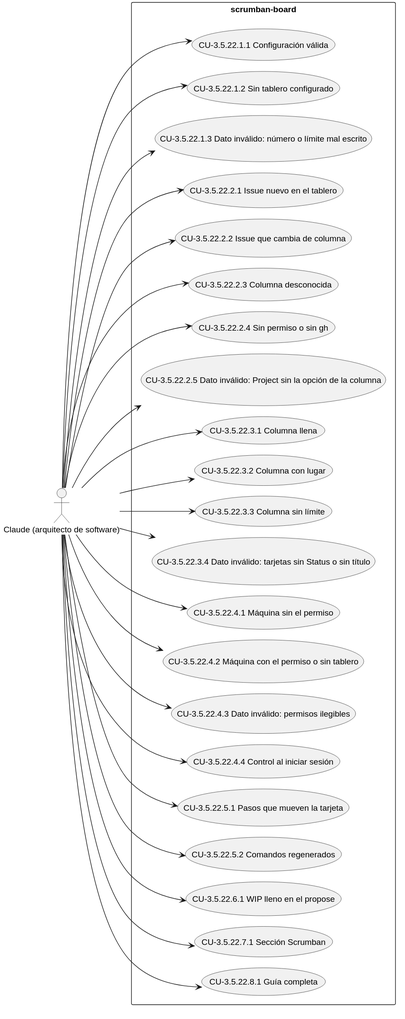
Before: docs/diagramas/CAP-3.5.22.svg, a diagram exported from PlantUML (Lautaro-Montecchiani/sdd-global-config). The source it was exported from:
```plantuml
@startuml
!pragma layout smetana
left to right direction
actor "Claude (arquitecto de software)" as A1
rectangle "scrumban-board" {
  usecase "CU-3.5.22.1.1 Configuración válida" as UC_3_5_22_1_1
  usecase "CU-3.5.22.1.2 Sin tablero configurado" as UC_3_5_22_1_2
  usecase "CU-3.5.22.1.3 Dato inválido: número o límite mal escrito" as UC_3_5_22_1_3
  usecase "CU-3.5.22.2.1 Issue nuevo en el tablero" as UC_3_5_22_2_1
  usecase "CU-3.5.22.2.2 Issue que cambia de columna" as UC_3_5_22_2_2
  usecase "CU-3.5.22.2.3 Columna desconocida" as UC_3_5_22_2_3
  usecase "CU-3.5.22.2.4 Sin permiso o sin gh" as UC_3_5_22_2_4
  usecase "CU-3.5.22.2.5 Dato inválido: Project sin la opción de la columna" as UC_3_5_22_2_5
  usecase "CU-3.5.22.3.1 Columna llena" as UC_3_5_22_3_1
  usecase "CU-3.5.22.3.2 Columna con lugar" as UC_3_5_22_3_2
  usecase "CU-3.5.22.3.3 Columna sin límite" as UC_3_5_22_3_3
  usecase "CU-3.5.22.3.4 Dato inválido: tarjetas sin Status o sin título" as UC_3_5_22_3_4
  usecase "CU-3.5.22.4.1 Máquina sin el permiso" as UC_3_5_22_4_1
  usecase "CU-3.5.22.4.2 Máquina con el permiso o sin tablero" as UC_3_5_22_4_2
  usecase "CU-3.5.22.4.3 Dato inválido: permisos ilegibles" as UC_3_5_22_4_3
  usecase "CU-3.5.22.4.4 Control al iniciar sesión" as UC_3_5_22_4_4
  usecase "CU-3.5.22.5.1 Pasos que mueven la tarjeta" as UC_3_5_22_5_1
  usecase "CU-3.5.22.5.2 Comandos regenerados" as UC_3_5_22_5_2
  usecase "CU-3.5.22.6.1 WIP lleno en el propose" as UC_3_5_22_6_1
  usecase "CU-3.5.22.7.1 Sección Scrumban" as UC_3_5_22_7_1
  usecase "CU-3.5.22.8.1 Guía completa" as UC_3_5_22_8_1
}
A1 --> UC_3_5_22_1_1
A1 --> UC_3_5_22_1_2
A1 --> UC_3_5_22_1_3
A1 --> UC_3_5_22_2_1
A1 --> UC_3_5_22_2_2
A1 --> UC_3_5_22_2_3
A1 --> UC_3_5_22_2_4
A1 --> UC_3_5_22_2_5
A1 --> UC_3_5_22_3_1
A1 --> UC_3_5_22_3_2
A1 --> UC_3_5_22_3_3
A1 --> UC_3_5_22_3_4
A1 --> UC_3_5_22_4_1
A1 --> UC_3_5_22_4_2
A1 --> UC_3_5_22_4_3
A1 --> UC_3_5_22_4_4
A1 --> UC_3_5_22_5_1
A1 --> UC_3_5_22_5_2
A1 --> UC_3_5_22_6_1
A1 --> UC_3_5_22_7_1
A1 --> UC_3_5_22_8_1
@enduml
```
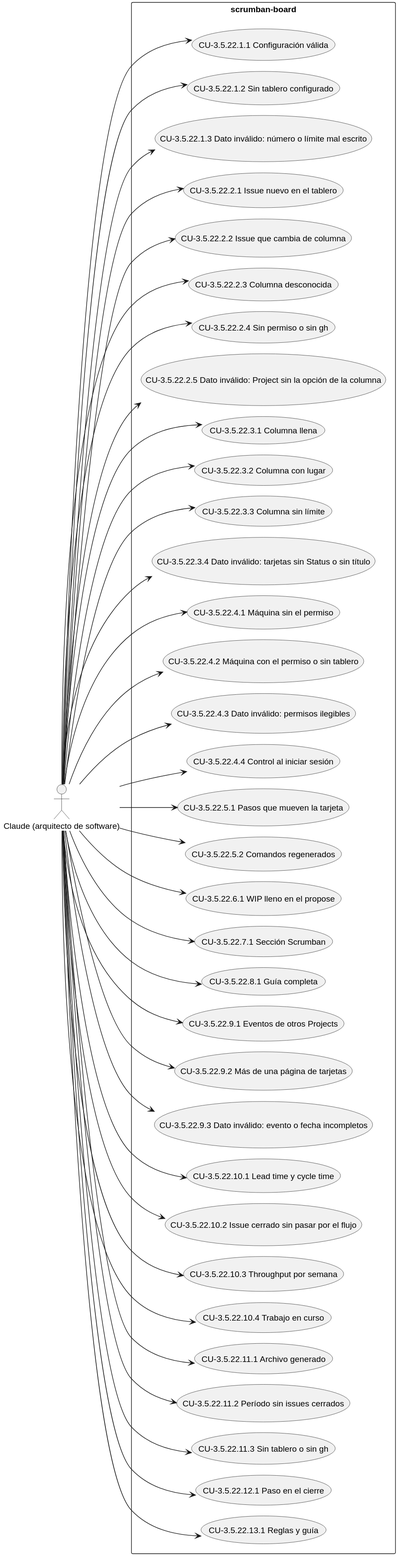
Above is the later version.

What changed in the source:
```diff
@@ -24,6 +24,18 @@
   usecase "CU-3.5.22.6.1 WIP lleno en el propose" as UC_3_5_22_6_1
   usecase "CU-3.5.22.7.1 Sección Scrumban" as UC_3_5_22_7_1
   usecase "CU-3.5.22.8.1 Guía completa" as UC_3_5_22_8_1
+  usecase "CU-3.5.22.9.1 Eventos de otros Projects" as UC_3_5_22_9_1
+  usecase "CU-3.5.22.9.2 Más de una página de tarjetas" as UC_3_5_22_9_2
+  usecase "CU-3.5.22.9.3 Dato inválido: evento o fecha incompletos" as UC_3_5_22_9_3
+  usecase "CU-3.5.22.10.1 Lead time y cycle time" as UC_3_5_22_10_1
+  usecase "CU-3.5.22.10.2 Issue cerrado sin pasar por el flujo" as UC_3_5_22_10_2
+  usecase "CU-3.5.22.10.3 Throughput por semana" as UC_3_5_22_10_3
+  usecase "CU-3.5.22.10.4 Trabajo en curso" as UC_3_5_22_10_4
+  usecase "CU-3.5.22.11.1 Archivo generado" as UC_3_5_22_11_1
+  usecase "CU-3.5.22.11.2 Período sin issues cerrados" as UC_3_5_22_11_2
+  usecase "CU-3.5.22.11.3 Sin tablero o sin gh" as UC_3_5_22_11_3
+  usecase "CU-3.5.22.12.1 Paso en el cierre" as UC_3_5_22_12_1
+  usecase "CU-3.5.22.13.1 Reglas y guía" as UC_3_5_22_13_1
 }
 A1 --> UC_3_5_22_1_1
 A1 --> UC_3_5_22_1_2
@@ -46,4 +58,16 @@
 A1 --> UC_3_5_22_6_1
 A1 --> UC_3_5_22_7_1
 A1 --> UC_3_5_22_8_1
+A1 --> UC_3_5_22_9_1
+A1 --> UC_3_5_22_9_2
+A1 --> UC_3_5_22_9_3
+A1 --> UC_3_5_22_10_1
+A1 --> UC_3_5_22_10_2
+A1 --> UC_3_5_22_10_3
+A1 --> UC_3_5_22_10_4
+A1 --> UC_3_5_22_11_1
+A1 --> UC_3_5_22_11_2
+A1 --> UC_3_5_22_11_3
+A1 --> UC_3_5_22_12_1
+A1 --> UC_3_5_22_13_1
 @enduml
```
